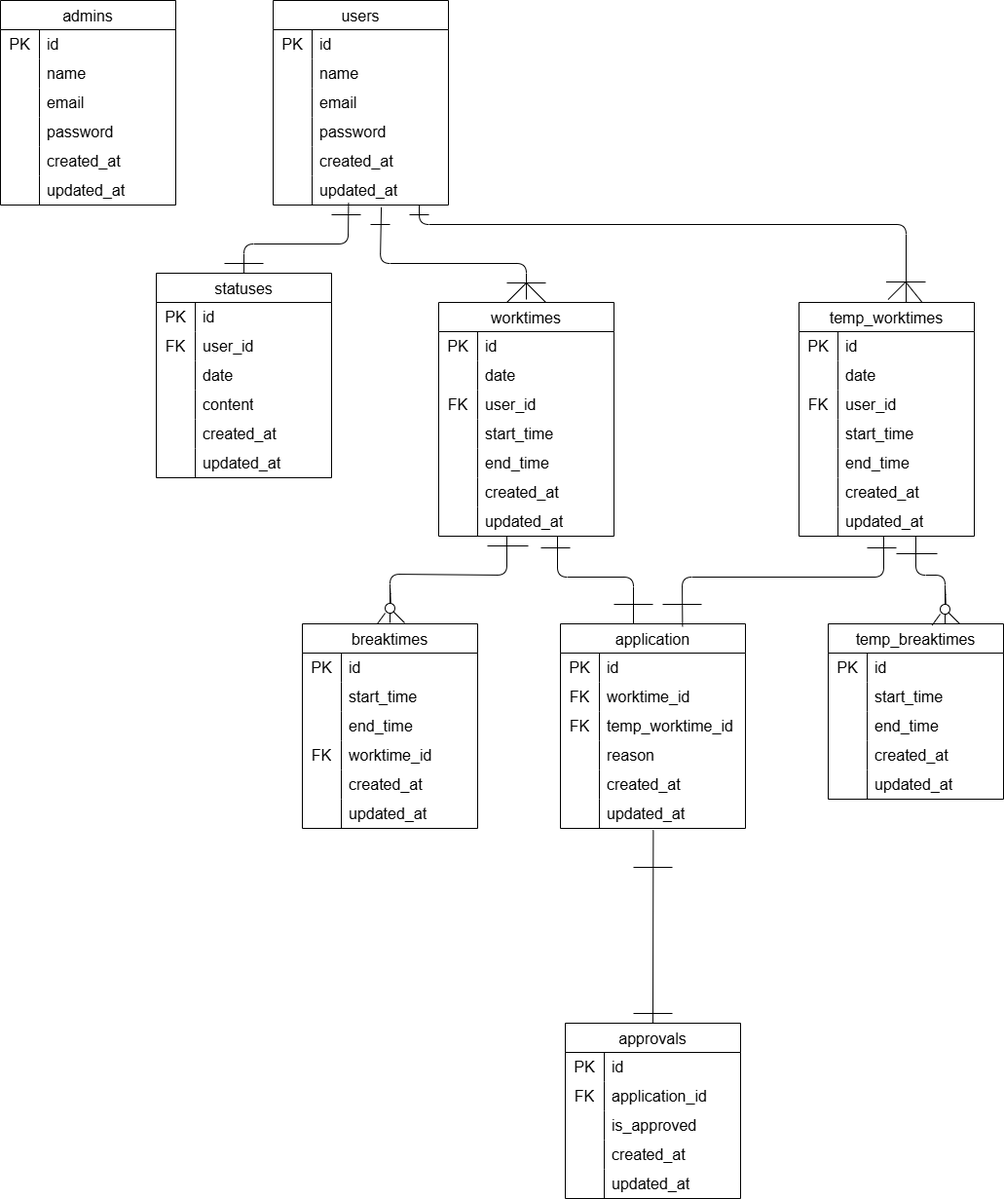
Above: doc/medium-er.drawio.png in yuuzaki2000/attend (draw.io), before the change. Source tidied: cells renumbered, new cells last; positions are measured from the earlier drawing's top-left corner, leaving out a move shared by most shapes.
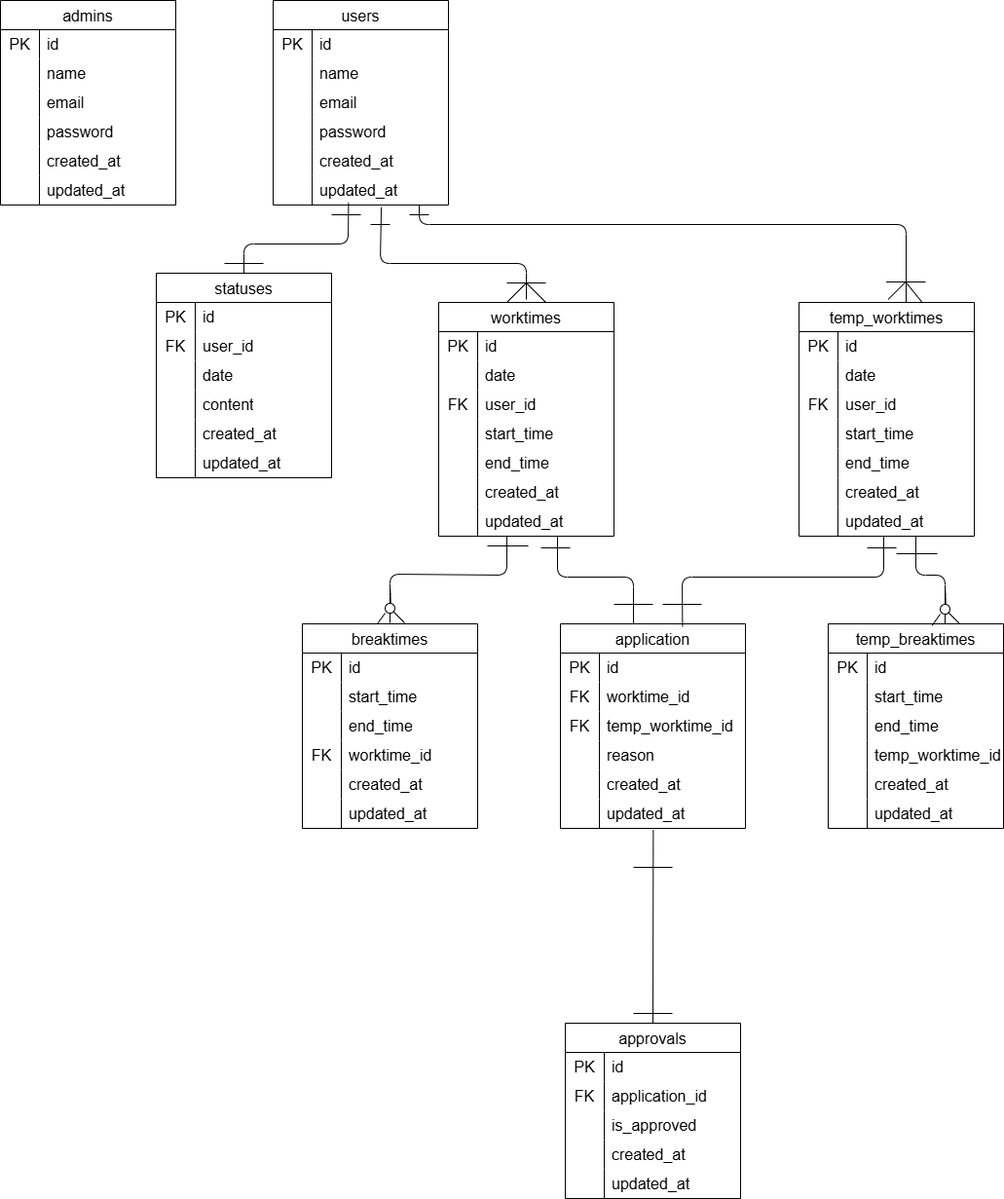
The same file after the commit.

The edit, as a diff of the source:
```diff
@@ -411,7 +411,7 @@
       <mxGeometry x="40" width="140" height="30" as="geometry" />
     </mxCell>
     <mxCell id="138" value="temp_breaktimes" style="shape=table;startSize=30;rowLines=0;fontStyle=0;strokeColor=default;fontSize=16;" parent="1" vertex="1">
-      <mxGeometry x="850" y="640" width="180" height="180" as="geometry" />
+      <mxGeometry x="850" y="640" width="180" height="210" as="geometry" />
     </mxCell>
     <mxCell id="139" style="shape=tableRow;horizontal=0;startSize=0;swimlaneHead=0;swimlaneBody=0;top=0;left=0;bottom=0;right=0;fillColor=none;strokeColor=inherit;fontSize=16;" parent="138" vertex="1">
       <mxGeometry y="30" width="180" height="30" as="geometry" />
@@ -446,7 +446,7 @@
     <mxCell id="149" style="shape=partialRectangle;html=1;whiteSpace=wrap;fillColor=none;top=0;left=0;bottom=0;right=0;overflow=hidden;strokeColor=inherit;fontSize=16;" parent="148" vertex="1">
       <mxGeometry width="40" height="30" as="geometry" />
     </mxCell>
-    <mxCell id="150" value="created_at" style="shape=partialRectangle;html=1;whiteSpace=wrap;fillColor=none;top=0;left=0;bottom=0;right=0;align=left;spacingLeft=6;overflow=hidden;strokeColor=inherit;fontSize=16;" parent="148" vertex="1">
+    <mxCell id="150" value="temp_worktime_id" style="shape=partialRectangle;html=1;whiteSpace=wrap;fillColor=none;top=0;left=0;bottom=0;right=0;align=left;spacingLeft=6;overflow=hidden;strokeColor=inherit;fontSize=16;" parent="148" vertex="1">
       <mxGeometry x="40" width="140" height="30" as="geometry" />
     </mxCell>
     <mxCell id="151" style="shape=tableRow;horizontal=0;startSize=0;swimlaneHead=0;swimlaneBody=0;top=0;left=0;bottom=0;right=0;fillColor=none;strokeColor=inherit;fontSize=16;" parent="138" vertex="1">
@@ -455,9 +455,18 @@
     <mxCell id="152" style="shape=partialRectangle;html=1;whiteSpace=wrap;fillColor=none;top=0;left=0;bottom=0;right=0;overflow=hidden;strokeColor=inherit;fontSize=16;" parent="151" vertex="1">
       <mxGeometry width="40" height="30" as="geometry" />
     </mxCell>
-    <mxCell id="153" value="updated_at" style="shape=partialRectangle;html=1;whiteSpace=wrap;fillColor=none;top=0;left=0;bottom=0;right=0;align=left;spacingLeft=6;overflow=hidden;strokeColor=inherit;fontSize=16;" parent="151" vertex="1">
+    <mxCell id="153" value="created_at" style="shape=partialRectangle;html=1;whiteSpace=wrap;fillColor=none;top=0;left=0;bottom=0;right=0;align=left;spacingLeft=6;overflow=hidden;strokeColor=inherit;fontSize=16;" parent="151" vertex="1">
       <mxGeometry x="40" width="140" height="30" as="geometry" />
     </mxCell>
+    <mxCell id="209" style="shape=tableRow;horizontal=0;startSize=0;swimlaneHead=0;swimlaneBody=0;top=0;left=0;bottom=0;right=0;fillColor=none;strokeColor=inherit;fontSize=16;" parent="138" vertex="1">
+      <mxGeometry y="180" width="180" height="30" as="geometry" />
+    </mxCell>
+    <mxCell id="210" style="shape=partialRectangle;html=1;whiteSpace=wrap;fillColor=none;top=0;left=0;bottom=0;right=0;overflow=hidden;strokeColor=inherit;fontSize=16;" parent="209" vertex="1">
+      <mxGeometry width="40" height="30" as="geometry" />
+    </mxCell>
+    <mxCell id="211" value="updated_at" style="shape=partialRectangle;html=1;whiteSpace=wrap;fillColor=none;top=0;left=0;bottom=0;right=0;align=left;spacingLeft=6;overflow=hidden;strokeColor=inherit;fontSize=16;" parent="209" vertex="1">
+      <mxGeometry x="40" width="140" height="30" as="geometry" />
+    </mxCell>
     <mxCell id="154" value="application" style="shape=table;startSize=30;rowLines=0;fontStyle=0;strokeColor=default;fontSize=16;" parent="1" vertex="1">
       <mxGeometry x="575" y="640" width="190" height="210" as="geometry" />
     </mxCell>
```
